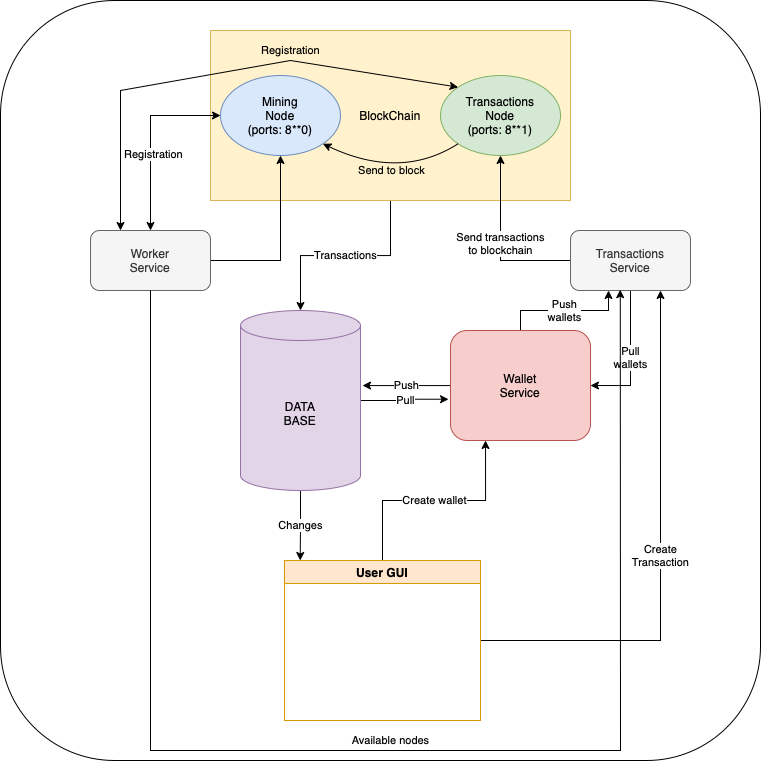
The draw.io diagram docs/architecture.png in kndahl/blockchain, before a commit. Source tidied: cells renumbered, new cells last; positions are measured from the earlier drawing's top-left corner, leaving out a move shared by most shapes. Its diagram source:
```xml
<mxGraphModel>
  <root>
    <mxCell id="0" />
    <mxCell id="1" parent="0" />
    <mxCell id="2" style="rounded=1;whiteSpace=wrap;html=1;labelBackgroundColor=none;" parent="1" vertex="1">
      <mxGeometry width="760" height="760" as="geometry" />
    </mxCell>
    <mxCell id="3" value="Transactions" style="edgeStyle=orthogonalEdgeStyle;rounded=0;jettySize=auto;html=1;" parent="1" edge="1" source="4" target="9">
      <mxGeometry relative="1" as="geometry" />
    </mxCell>
    <mxCell id="4" value="BlockChain" style="rounded=0;whiteSpace=wrap;html=1;fillColor=#fff2cc;strokeColor=#d6b656;" parent="1" vertex="1">
      <mxGeometry x="210" y="30" width="360" height="170" as="geometry" />
    </mxCell>
    <mxCell id="5" value="Mining&lt;br&gt;Node&lt;br&gt;(ports: 8**0)" style="ellipse;whiteSpace=wrap;html=1;fillColor=#dae8fc;strokeColor=#6c8ebf;" parent="1" vertex="1">
      <mxGeometry x="220" y="75" width="120" height="80" as="geometry" />
    </mxCell>
    <mxCell id="6" value="Transactions&lt;br&gt;Node&lt;br&gt;(ports: 8**1)" style="ellipse;whiteSpace=wrap;html=1;fillColor=#d5e8d4;strokeColor=#82b366;" parent="1" vertex="1">
      <mxGeometry x="440" y="75" width="120" height="80" as="geometry" />
    </mxCell>
    <mxCell id="7" value="Changes" style="edgeStyle=orthogonalEdgeStyle;rounded=0;jettySize=auto;html=1;entryX=0.08;entryY=0;entryDx=0;entryDy=0;entryPerimeter=0;" parent="1" edge="1" source="9" target="20">
      <mxGeometry relative="1" as="geometry" />
    </mxCell>
    <mxCell id="8" value="Pull" style="edgeStyle=orthogonalEdgeStyle;rounded=0;jettySize=auto;html=1;entryX=-0.014;entryY=0.625;entryDx=0;entryDy=0;entryPerimeter=0;" parent="1" edge="1" source="9" target="17">
      <mxGeometry relative="1" as="geometry" />
    </mxCell>
    <mxCell id="9" value="DATA&lt;br&gt;BASE" style="shape=cylinder3;whiteSpace=wrap;html=1;boundedLbl=1;backgroundOutline=1;size=15;fillColor=#e1d5e7;strokeColor=#9673a6;" parent="1" vertex="1">
      <mxGeometry x="240" y="310" width="120" height="180" as="geometry" />
    </mxCell>
    <mxCell id="10" style="edgeStyle=orthogonalEdgeStyle;rounded=0;jettySize=auto;html=1;" parent="1" edge="1" source="11" target="5">
      <mxGeometry relative="1" as="geometry" />
    </mxCell>
    <mxCell id="11" value="Worker&lt;br&gt;Service" style="rounded=1;whiteSpace=wrap;html=1;fillColor=#f5f5f5;fontColor=#333333;strokeColor=#666666;" parent="1" vertex="1">
      <mxGeometry x="90" y="230" width="120" height="60" as="geometry" />
    </mxCell>
    <mxCell id="12" value="Send transactions&lt;br&gt;to blockchain" style="edgeStyle=orthogonalEdgeStyle;rounded=0;jettySize=auto;html=1;" parent="1" edge="1" source="14" target="6">
      <mxGeometry relative="1" as="geometry" />
    </mxCell>
    <mxCell id="13" value="Pull&lt;br&gt;wallets" style="edgeStyle=orthogonalEdgeStyle;rounded=0;jettySize=auto;html=1;entryX=1;entryY=0.5;entryDx=0;entryDy=0;" parent="1" edge="1" source="14" target="17">
      <mxGeometry relative="1" as="geometry" />
    </mxCell>
    <mxCell id="14" value="Transactions&lt;br&gt;Service" style="rounded=1;whiteSpace=wrap;html=1;fillColor=#f5f5f5;strokeColor=#666666;fontColor=#333333;" parent="1" vertex="1">
      <mxGeometry x="570" y="230" width="120" height="60" as="geometry" />
    </mxCell>
    <mxCell id="15" value="Push" style="edgeStyle=orthogonalEdgeStyle;rounded=0;jettySize=auto;html=1;entryX=1.017;entryY=0.417;entryDx=0;entryDy=0;entryPerimeter=0;" parent="1" edge="1" source="17" target="9">
      <mxGeometry relative="1" as="geometry" />
    </mxCell>
    <mxCell id="16" value="Push&lt;br&gt;wallets" style="edgeStyle=orthogonalEdgeStyle;rounded=0;jettySize=auto;html=1;entryX=0.317;entryY=1;entryDx=0;entryDy=0;entryPerimeter=0;" parent="1" edge="1" source="17" target="14">
      <mxGeometry relative="1" as="geometry" />
    </mxCell>
    <mxCell id="17" value="Wallet&lt;br&gt;Service" style="rounded=1;whiteSpace=wrap;html=1;fillColor=#f8cecc;strokeColor=#b85450;" parent="1" vertex="1">
      <mxGeometry x="450" y="330" width="140" height="110" as="geometry" />
    </mxCell>
    <mxCell id="18" value="Create wallet" style="edgeStyle=orthogonalEdgeStyle;rounded=0;jettySize=auto;html=1;entryX=0.25;entryY=1;entryDx=0;entryDy=0;" parent="1" edge="1" source="20" target="17">
      <mxGeometry relative="1" as="geometry" />
    </mxCell>
    <mxCell id="19" value="Create&lt;br&gt;Transaction" style="edgeStyle=orthogonalEdgeStyle;rounded=0;jettySize=auto;html=1;entryX=0.75;entryY=1;entryDx=0;entryDy=0;" parent="1" edge="1" source="20" target="14">
      <mxGeometry relative="1" as="geometry" />
    </mxCell>
    <mxCell id="20" value="User GUI" style="swimlane;fillColor=#ffe6cc;strokeColor=#d79b00;" parent="1" vertex="1">
      <mxGeometry x="284" y="560" width="196" height="160" as="geometry" />
    </mxCell>
    <mxCell id="21" style="curved=1;endArrow=classic;html=1;rounded=0;exitX=0;exitY=1;exitDx=0;exitDy=0;entryX=1;entryY=1;entryDx=0;entryDy=0;" parent="1" edge="1" source="6" target="5">
      <mxGeometry relative="1" as="geometry">
        <Array as="points">
          <mxPoint x="400" y="180" />
        </Array>
      </mxGeometry>
    </mxCell>
    <mxCell id="22" value="Send to block" style="edgeLabel;html=1;align=center;verticalAlign=middle;labelBackgroundColor=none;" parent="21" vertex="1">
      <mxGeometry x="-0.43" y="-11" relative="1" as="geometry">
        <mxPoint x="-25" y="12" as="offset" />
      </mxGeometry>
    </mxCell>
    <mxCell id="23" style="endArrow=classic;startArrow=classic;html=1;rounded=0;" parent="1" edge="1" target="5">
      <mxGeometry relative="1" as="geometry">
        <mxPoint x="150" y="230" as="sourcePoint" />
        <Array as="points">
          <mxPoint x="150" y="115" />
        </Array>
      </mxGeometry>
    </mxCell>
    <mxCell id="24" value="Registration" style="edgeLabel;html=1;align=center;verticalAlign=middle;" parent="23" vertex="1">
      <mxGeometry x="-0.17" y="-2" relative="1" as="geometry" />
    </mxCell>
    <mxCell id="25" style="endArrow=classic;startArrow=classic;html=1;rounded=0;exitX=0.25;exitY=0;exitDx=0;exitDy=0;entryX=0;entryY=0;entryDx=0;entryDy=0;" parent="1" edge="1" source="11" target="6">
      <mxGeometry relative="1" as="geometry">
        <Array as="points">
          <mxPoint x="120" y="90" />
          <mxPoint x="290" y="60" />
        </Array>
      </mxGeometry>
    </mxCell>
    <mxCell id="26" value="Registration" style="edgeLabel;html=1;align=center;verticalAlign=middle;labelBackgroundColor=none;" parent="25" vertex="1">
      <mxGeometry x="0.47" y="-2" relative="1" as="geometry">
        <mxPoint x="-41" y="-19" as="offset" />
      </mxGeometry>
    </mxCell>
    <mxCell id="27" value="Available nodes" style="endArrow=classic;html=1;rounded=0;exitX=0.5;exitY=1;exitDx=0;exitDy=0;entryX=0.414;entryY=0.986;entryDx=0;entryDy=0;entryPerimeter=0;" parent="1" edge="1" source="11" target="14">
      <mxGeometry x="0.01" y="10" relative="1" as="geometry">
        <Array as="points">
          <mxPoint x="150" y="750" />
          <mxPoint x="620" y="750" />
        </Array>
      </mxGeometry>
    </mxCell>
  </root>
</mxGraphModel>
```
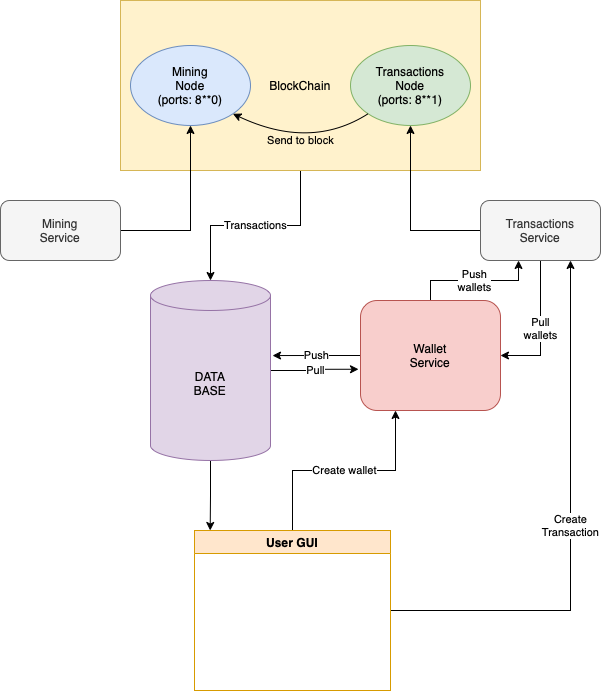
After the commit.

What changed in the source:
```diff
@@ -2,9 +2,6 @@
   <root>
     <mxCell id="0" />
     <mxCell id="1" parent="0" />
-    <mxCell id="2" style="rounded=1;whiteSpace=wrap;html=1;labelBackgroundColor=none;" parent="1" vertex="1">
-      <mxGeometry width="760" height="760" as="geometry" />
-    </mxCell>
     <mxCell id="3" value="Transactions" style="edgeStyle=orthogonalEdgeStyle;rounded=0;jettySize=auto;html=1;" parent="1" edge="1" source="4" target="9">
       <mxGeometry relative="1" as="geometry" />
     </mxCell>
@@ -17,7 +14,7 @@
     <mxCell id="6" value="Transactions&lt;br&gt;Node&lt;br&gt;(ports: 8**1)" style="ellipse;whiteSpace=wrap;html=1;fillColor=#d5e8d4;strokeColor=#82b366;" parent="1" vertex="1">
       <mxGeometry x="440" y="75" width="120" height="80" as="geometry" />
     </mxCell>
-    <mxCell id="7" value="Changes" style="edgeStyle=orthogonalEdgeStyle;rounded=0;jettySize=auto;html=1;entryX=0.08;entryY=0;entryDx=0;entryDy=0;entryPerimeter=0;" parent="1" edge="1" source="9" target="20">
+    <mxCell id="7" style="edgeStyle=orthogonalEdgeStyle;rounded=0;jettySize=auto;html=1;entryX=0.08;entryY=0;entryDx=0;entryDy=0;entryPerimeter=0;" parent="1" edge="1" source="9" target="20">
       <mxGeometry relative="1" as="geometry" />
     </mxCell>
     <mxCell id="8" value="Pull" style="edgeStyle=orthogonalEdgeStyle;rounded=0;jettySize=auto;html=1;entryX=-0.014;entryY=0.625;entryDx=0;entryDy=0;entryPerimeter=0;" parent="1" edge="1" source="9" target="17">
@@ -29,10 +26,10 @@
     <mxCell id="10" style="edgeStyle=orthogonalEdgeStyle;rounded=0;jettySize=auto;html=1;" parent="1" edge="1" source="11" target="5">
       <mxGeometry relative="1" as="geometry" />
     </mxCell>
-    <mxCell id="11" value="Worker&lt;br&gt;Service" style="rounded=1;whiteSpace=wrap;html=1;fillColor=#f5f5f5;fontColor=#333333;strokeColor=#666666;" parent="1" vertex="1">
+    <mxCell id="11" value="Mining&lt;br&gt;Service" style="rounded=1;whiteSpace=wrap;html=1;fillColor=#f5f5f5;fontColor=#333333;strokeColor=#666666;" parent="1" vertex="1">
       <mxGeometry x="90" y="230" width="120" height="60" as="geometry" />
     </mxCell>
-    <mxCell id="12" value="Send transactions&lt;br&gt;to blockchain" style="edgeStyle=orthogonalEdgeStyle;rounded=0;jettySize=auto;html=1;" parent="1" edge="1" source="14" target="6">
+    <mxCell id="12" style="edgeStyle=orthogonalEdgeStyle;rounded=0;jettySize=auto;html=1;" parent="1" edge="1" source="14" target="6">
       <mxGeometry relative="1" as="geometry" />
     </mxCell>
     <mxCell id="13" value="Pull&lt;br&gt;wallets" style="edgeStyle=orthogonalEdgeStyle;rounded=0;jettySize=auto;html=1;entryX=1;entryY=0.5;entryDx=0;entryDy=0;" parent="1" edge="1" source="14" target="17">
@@ -71,37 +68,5 @@
         <mxPoint x="-25" y="12" as="offset" />
       </mxGeometry>
     </mxCell>
-    <mxCell id="23" style="endArrow=classic;startArrow=classic;html=1;rounded=0;" parent="1" edge="1" target="5">
-      <mxGeometry relative="1" as="geometry">
-        <mxPoint x="150" y="230" as="sourcePoint" />
-        <Array as="points">
-          <mxPoint x="150" y="115" />
-        </Array>
-      </mxGeometry>
-    </mxCell>
-    <mxCell id="24" value="Registration" style="edgeLabel;html=1;align=center;verticalAlign=middle;" parent="23" vertex="1">
-      <mxGeometry x="-0.17" y="-2" relative="1" as="geometry" />
-    </mxCell>
-    <mxCell id="25" style="endArrow=classic;startArrow=classic;html=1;rounded=0;exitX=0.25;exitY=0;exitDx=0;exitDy=0;entryX=0;entryY=0;entryDx=0;entryDy=0;" parent="1" edge="1" source="11" target="6">
-      <mxGeometry relative="1" as="geometry">
-        <Array as="points">
-          <mxPoint x="120" y="90" />
-          <mxPoint x="290" y="60" />
-        </Array>
-      </mxGeometry>
-    </mxCell>
-    <mxCell id="26" value="Registration" style="edgeLabel;html=1;align=center;verticalAlign=middle;labelBackgroundColor=none;" parent="25" vertex="1">
-      <mxGeometry x="0.47" y="-2" relative="1" as="geometry">
-        <mxPoint x="-41" y="-19" as="offset" />
-      </mxGeometry>
-    </mxCell>
-    <mxCell id="27" value="Available nodes" style="endArrow=classic;html=1;rounded=0;exitX=0.5;exitY=1;exitDx=0;exitDy=0;entryX=0.414;entryY=0.986;entryDx=0;entryDy=0;entryPerimeter=0;" parent="1" edge="1" source="11" target="14">
-      <mxGeometry x="0.01" y="10" relative="1" as="geometry">
-        <Array as="points">
-          <mxPoint x="150" y="750" />
-          <mxPoint x="620" y="750" />
-        </Array>
-      </mxGeometry>
-    </mxCell>
   </root>
 </mxGraphModel>
```
